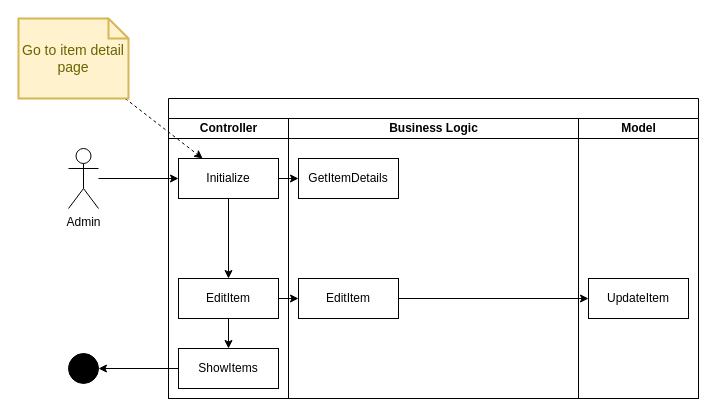
JochemGrootherder/educom-webshop-runtime-records keeps this draw.io diagram as diagrams/ASD/EditItem.drawio. Above is the earlier version. Source tidied: cells renumbered, new cells numbered last; positions are measured from the earlier drawing's top-left corner, leaving out a move shared by most shapes. Both pictures are drawn from the tidied source at 100%, with x=0, y=0 at pixel (18, 18).
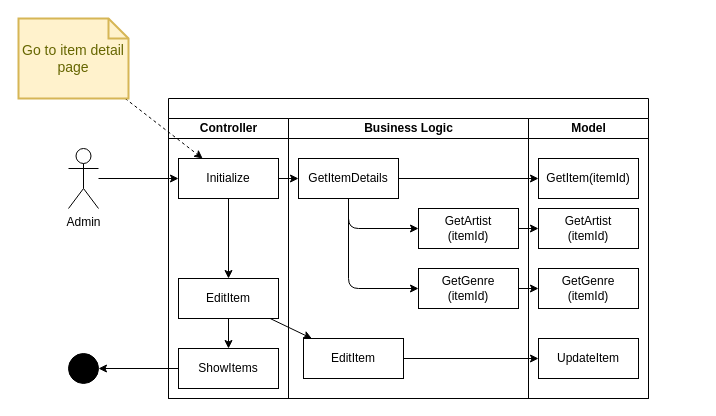
After the change.

Unchanged cells that the change refers to:
```xml
<mxCell id="11" value="GetItemDetails" style="rounded=0;whiteSpace=wrap;html=1;" parent="9" vertex="1">
  <mxGeometry x="10" y="40" width="100" height="40" as="geometry" />
</mxCell>
```

What changed in the source:
```diff
@@
     <mxCell id="2" style="swimlane;startSize=20;html=1;" parent="1" vertex="1">
-      <mxGeometry x="150" y="80" width="530" height="300" as="geometry" />
+      <mxGeometry x="150" y="80" width="480" height="300" as="geometry" />
     </mxCell>
@@
     <mxCell id="9" value="Business Logic" style="swimlane;startSize=20;html=1;" parent="2" vertex="1">
-      <mxGeometry x="120" y="20" width="290" height="280" as="geometry" />
+      <mxGeometry x="120" y="20" width="240" height="280" as="geometry" />
     </mxCell>
     <mxCell id="10" value="EditItem" style="rounded=0;whiteSpace=wrap;html=1;" parent="9" vertex="1">
-      <mxGeometry x="10" y="160" width="100" height="40" as="geometry" />
+      <mxGeometry x="15" y="220" width="100" height="40" as="geometry" />
     </mxCell>
@@
+    <mxCell id="23" style="edgeStyle=orthogonalEdgeStyle;html=1;" parent="9" edge="1" source="11" target="25">
+      <mxGeometry relative="1" as="geometry">
+        <Array as="points">
+          <mxPoint x="60" y="110" />
+        </Array>
+      </mxGeometry>
+    </mxCell>
+    <mxCell id="24" style="edgeStyle=orthogonalEdgeStyle;html=1;" parent="9" edge="1" source="11" target="26">
+      <mxGeometry relative="1" as="geometry">
+        <Array as="points">
+          <mxPoint x="60" y="170" />
+        </Array>
+      </mxGeometry>
+    </mxCell>
+    <mxCell id="25" value="GetArtist&lt;br&gt;(itemId)" style="rounded=0;whiteSpace=wrap;html=1;" parent="9" vertex="1">
+      <mxGeometry x="130" y="90" width="100" height="40" as="geometry" />
+    </mxCell>
+    <mxCell id="26" value="GetGenre&lt;br&gt;(itemId)" style="rounded=0;whiteSpace=wrap;html=1;" parent="9" vertex="1">
+      <mxGeometry x="130" y="150" width="100" height="40" as="geometry" />
+    </mxCell>
     <mxCell id="12" value="Model" style="swimlane;startSize=20;html=1;" parent="2" vertex="1">
-      <mxGeometry x="410" y="20" width="120" height="280" as="geometry" />
+      <mxGeometry x="360" y="20" width="120" height="280" as="geometry" />
     </mxCell>
     <mxCell id="13" value="UpdateItem" style="rounded=0;whiteSpace=wrap;html=1;" parent="12" vertex="1">
-      <mxGeometry x="10" y="160" width="100" height="40" as="geometry" />
+      <mxGeometry x="10" y="220" width="100" height="40" as="geometry" />
     </mxCell>
+    <mxCell id="27" value="GetItem(itemId)" style="rounded=0;whiteSpace=wrap;html=1;" parent="12" vertex="1">
+      <mxGeometry x="10" y="40" width="100" height="40" as="geometry" />
+    </mxCell>
+    <mxCell id="28" value="GetGenre&lt;br&gt;(itemId)" style="rounded=0;whiteSpace=wrap;html=1;" parent="12" vertex="1">
+      <mxGeometry x="10" y="150" width="100" height="40" as="geometry" />
+    </mxCell>
+    <mxCell id="29" value="GetArtist&lt;br&gt;(itemId)" style="rounded=0;whiteSpace=wrap;html=1;" parent="12" vertex="1">
+      <mxGeometry x="10" y="90" width="100" height="40" as="geometry" />
+    </mxCell>
@@
+    <mxCell id="30" style="edgeStyle=none;html=1;" parent="2" edge="1" source="11" target="27">
+      <mxGeometry relative="1" as="geometry" />
+    </mxCell>
+    <mxCell id="31" style="edgeStyle=orthogonalEdgeStyle;html=1;" parent="2" edge="1" source="26" target="28">
+      <mxGeometry relative="1" as="geometry" />
+    </mxCell>
+    <mxCell id="32" style="edgeStyle=orthogonalEdgeStyle;html=1;" parent="2" edge="1" source="25" target="29">
+      <mxGeometry relative="1" as="geometry" />
+    </mxCell>
```
